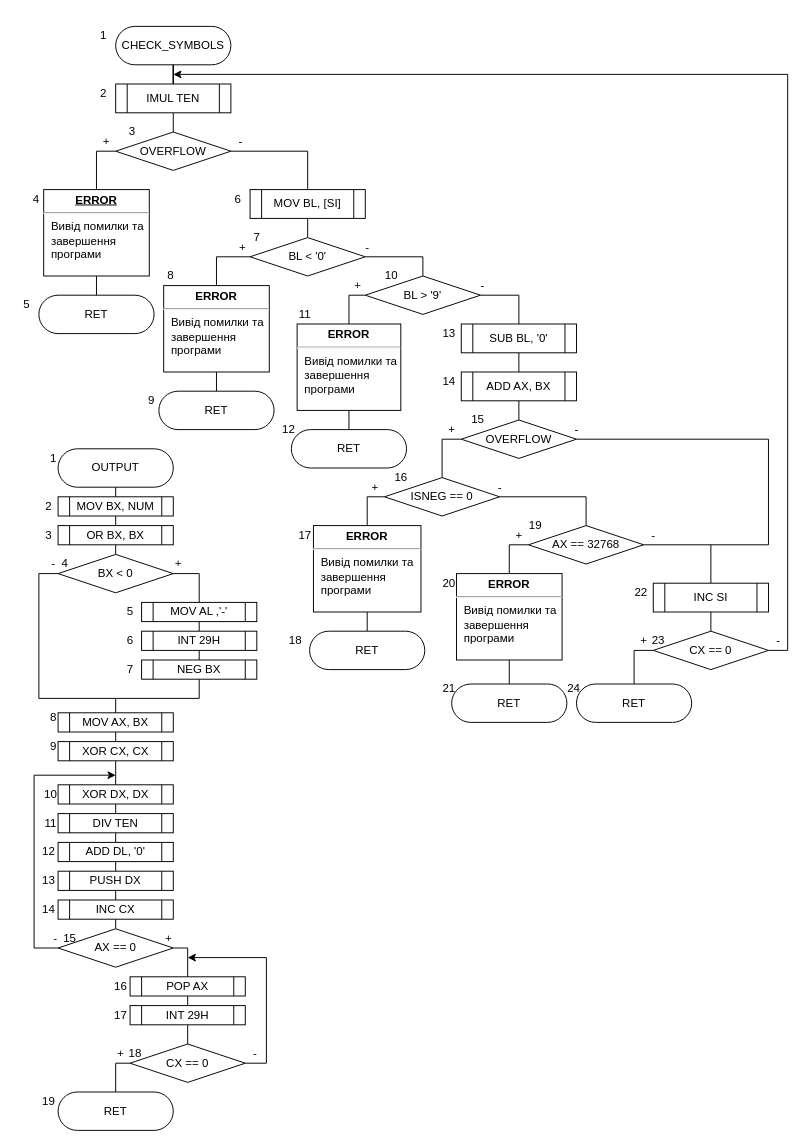
MilaHalko/Assembler-Labs keeps this draw.io diagram as schemes/CheckS_Output.drawio. Above is the earlier version. Source tidied: cells renumbered, new cells numbered last; positions are measured from the earlier drawing's top-left corner, leaving out a move shared by most shapes. Both pictures are drawn from the tidied source at 96%, with x=0, y=0 at pixel (16, 26).
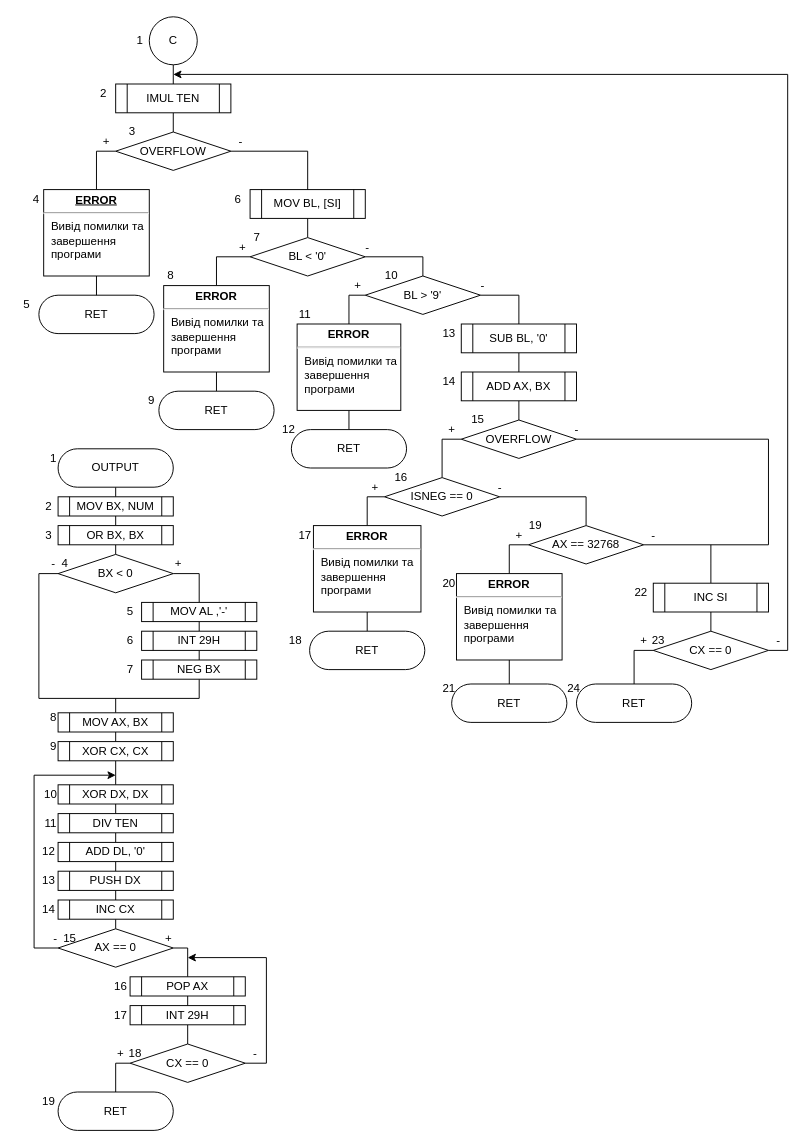
The same page after the edit.

Commit message (it also covers changes not shown here):
diagrams has been edited

Unchanged cells that the change refers to:
```xml
<mxCell id="6" value="IMUL TEN" style="shape=process;whiteSpace=wrap;html=1;backgroundOutline=1;" parent="1" vertex="1">
  <mxGeometry x="103" y="60" width="120" height="30" as="geometry" />
</mxCell>
```

Change to the diagram source:
```diff
@@
-    <mxCell id="2" style="edgeStyle=orthogonalEdgeStyle;rounded=0;jettySize=auto;html=1;entryX=0.5;entryY=0;entryDx=0;entryDy=0;endArrow=none;endFill=0;" parent="1" edge="1" source="3" target="6">
+    <mxCell id="2" style="edgeStyle=orthogonalEdgeStyle;rounded=0;jettySize=auto;html=1;entryX=0.5;entryY=0;entryDx=0;entryDy=0;endArrow=none;endFill=0;exitX=0.5;exitY=1;exitDx=0;exitDy=0;" parent="1" edge="1" source="154" target="6">
       <mxGeometry relative="1" as="geometry" />
     </mxCell>
-    <mxCell id="3" value="CHECK_SYMBOLS" style="rounded=1;whiteSpace=wrap;html=1;arcSize=50;" parent="1" vertex="1">
-      <mxGeometry x="103" width="120" height="40" as="geometry" />
-    </mxCell>
@@
     <mxCell id="65" value="1" style="text;html=1;align=center;verticalAlign=middle;strokeColor=none;fillColor=none;" parent="1" vertex="1">
-      <mxGeometry x="80" width="20" height="20" as="geometry" />
+      <mxGeometry x="118" y="5" width="20" height="20" as="geometry" />
     </mxCell>
@@
+    <mxCell id="154" value="C" style="ellipse;whiteSpace=wrap;html=1;" parent="1" vertex="1">
+      <mxGeometry x="138" y="-10" width="50" height="50" as="geometry" />
+    </mxCell>
```
